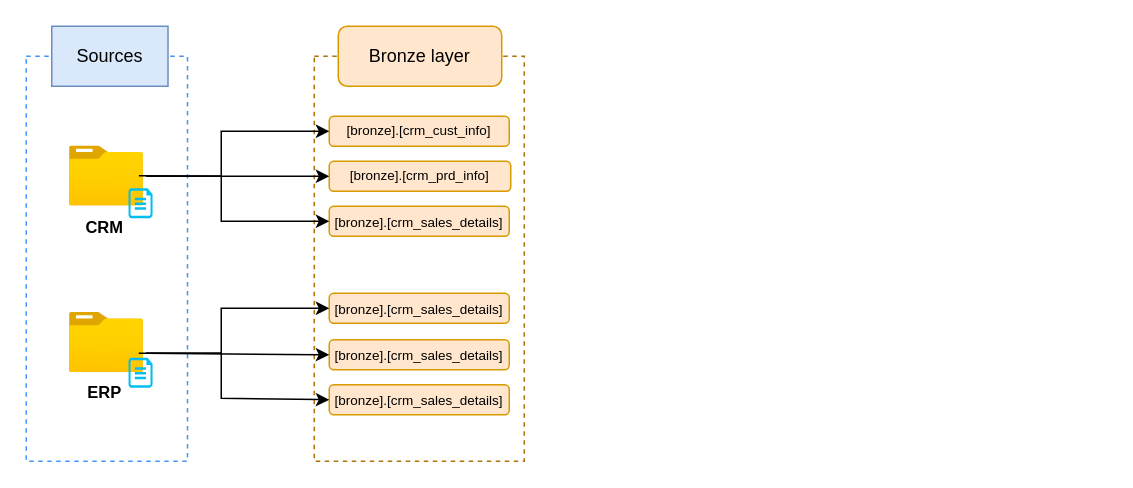
Earlier version of the draw.io diagram docs/data_flow.drawio (EyadElnagdy/sql_datawarehouse_project). Source tidied: cells renumbered, new cells numbered last; positions are measured from the earlier drawing's top-left corner, leaving out a move shared by most shapes. Both pictures are drawn from the tidied source at 150%, with x=0, y=0 at pixel (26, 26).
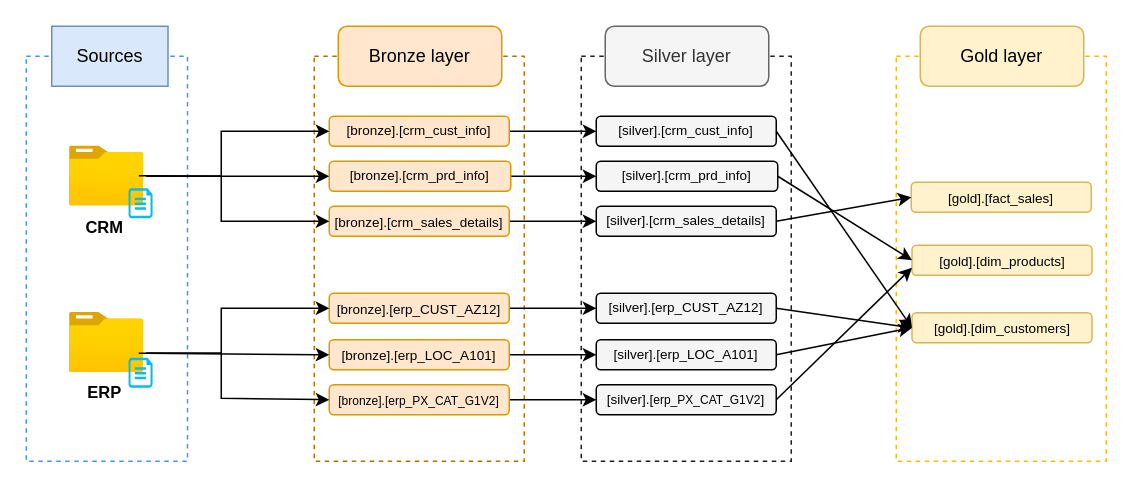
The same page after the edit.

Unchanged cells that the change refers to:
```xml
<mxCell id="10" value="&lt;span&gt;[bronze].[crm_cust_info]&lt;/span&gt;" style="rounded=1;whiteSpace=wrap;html=1;fontSize=9;fillColor=#ffe6cc;strokeColor=#d79b00;" parent="1" vertex="1">
  <mxGeometry x="202" y="60" width="120" height="20" as="geometry" />
</mxCell>
<mxCell id="11" value="&lt;span&gt;[bronze].[crm_prd_info]&lt;/span&gt;" style="rounded=1;whiteSpace=wrap;html=1;fontSize=9;fillColor=#ffe6cc;strokeColor=#d79b00;" parent="1" vertex="1">
  <mxGeometry x="202" y="90" width="121" height="20" as="geometry" />
</mxCell>
<mxCell id="12" value="&lt;font style=&quot;font-size: 9px;&quot;&gt;[bronze].[crm_sales_details]&lt;/font&gt;" style="rounded=1;whiteSpace=wrap;html=1;fillColor=#ffe6cc;strokeColor=#d79b00;" parent="1" vertex="1">
  <mxGeometry x="202" y="120" width="120" height="20" as="geometry" />
</mxCell>
```

Change to the diagram source:
```diff
@@
+    <mxCell id="24" style="edgeStyle=orthogonalEdgeStyle;rounded=0;jettySize=auto;html=1;entryX=0;entryY=0.5;entryDx=0;entryDy=0;" parent="1" edge="1" source="10" target="31">
+      <mxGeometry relative="1" as="geometry" />
+    </mxCell>
@@
+    <mxCell id="25" style="edgeStyle=orthogonalEdgeStyle;rounded=0;jettySize=auto;html=1;entryX=0;entryY=0.5;entryDx=0;entryDy=0;" parent="1" edge="1" source="11" target="32">
+      <mxGeometry relative="1" as="geometry" />
+    </mxCell>
@@
+    <mxCell id="26" style="edgeStyle=orthogonalEdgeStyle;rounded=0;jettySize=auto;html=1;entryX=0;entryY=0.5;entryDx=0;entryDy=0;" parent="1" edge="1" source="12" target="33">
+      <mxGeometry relative="1" as="geometry" />
+    </mxCell>
@@
+    <mxCell id="27" style="edgeStyle=orthogonalEdgeStyle;rounded=0;jettySize=auto;html=1;entryX=0;entryY=0.5;entryDx=0;entryDy=0;" parent="1" edge="1" source="13" target="34">
+      <mxGeometry relative="1" as="geometry" />
+    </mxCell>
-    <mxCell id="13" value="&lt;font style=&quot;font-size: 9px;&quot;&gt;[bronze].[crm_sales_details]&lt;/font&gt;" style="rounded=1;whiteSpace=wrap;html=1;fillColor=#ffe6cc;strokeColor=#d79b00;" parent="1" vertex="1">
+    <mxCell id="13" value="&lt;font style=&quot;font-size: 9px;&quot;&gt;[bronze].[erp_CUST_AZ12]&lt;/font&gt;" style="rounded=1;whiteSpace=wrap;html=1;fillColor=#ffe6cc;strokeColor=#d79b00;" parent="1" vertex="1">
       <mxGeometry x="202" y="178" width="120" height="20" as="geometry" />
     </mxCell>
+    <mxCell id="28" style="edgeStyle=orthogonalEdgeStyle;rounded=0;jettySize=auto;html=1;entryX=0;entryY=0.5;entryDx=0;entryDy=0;" parent="1" edge="1" source="14" target="35">
+      <mxGeometry relative="1" as="geometry" />
+    </mxCell>
-    <mxCell id="14" value="&lt;font style=&quot;font-size: 9px;&quot;&gt;[bronze].[crm_sales_details]&lt;/font&gt;" style="rounded=1;whiteSpace=wrap;html=1;fillColor=#ffe6cc;strokeColor=#d79b00;" parent="1" vertex="1">
+    <mxCell id="14" value="&lt;font style=&quot;font-size: 9px;&quot;&gt;[bronze].[erp_LOC_A101]&lt;/font&gt;" style="rounded=1;whiteSpace=wrap;html=1;fillColor=#ffe6cc;strokeColor=#d79b00;" parent="1" vertex="1">
       <mxGeometry x="202" y="209" width="120" height="20" as="geometry" />
     </mxCell>
@@
+    <mxCell id="29" style="edgeStyle=orthogonalEdgeStyle;rounded=0;jettySize=auto;html=1;entryX=0;entryY=0.5;entryDx=0;entryDy=0;" parent="1" edge="1" source="16" target="36">
+      <mxGeometry relative="1" as="geometry" />
+    </mxCell>
-    <mxCell id="16" value="&lt;font style=&quot;font-size: 9px;&quot;&gt;[bronze].[crm_sales_details]&lt;/font&gt;" style="rounded=1;whiteSpace=wrap;html=1;fillColor=#ffe6cc;strokeColor=#d79b00;" parent="1" vertex="1">
+    <mxCell id="16" value="&lt;font style=&quot;font-size: 8px;&quot;&gt;[bronze].[erp_PX_CAT_G1V2]&lt;/font&gt;" style="rounded=1;whiteSpace=wrap;html=1;fillColor=#ffe6cc;strokeColor=#d79b00;" parent="1" vertex="1">
       <mxGeometry x="202" y="239" width="120" height="20" as="geometry" />
     </mxCell>
@@
+    <mxCell id="30" style="rounded=0;whiteSpace=wrap;html=1;fillColor=none;dashed=1;strokeColor=light-dark(#1f1f1f, #ededed);" parent="1" vertex="1">
+      <mxGeometry x="370" y="20" width="140" height="270" as="geometry" />
+    </mxCell>
+    <mxCell id="31" value="&lt;span&gt;[silver].[crm_cust_info]&lt;/span&gt;" style="rounded=1;whiteSpace=wrap;html=1;fontSize=9;fillColor=light-dark(#f5f5f5, #36210a);strokeColor=default;align=center;verticalAlign=middle;fontFamily=Helvetica;fontColor=default;" parent="1" vertex="1">
+      <mxGeometry x="380" y="60" width="120" height="20" as="geometry" />
+    </mxCell>
+    <mxCell id="32" value="&lt;span&gt;[silver].[crm_prd_info]&lt;/span&gt;" style="rounded=1;whiteSpace=wrap;html=1;fontSize=9;fillColor=light-dark(#f5f5f5, #36210a);strokeColor=default;" parent="1" vertex="1">
+      <mxGeometry x="380" y="90" width="121" height="20" as="geometry" />
+    </mxCell>
+    <mxCell id="33" value="&lt;font style=&quot;font-size: 9px;&quot;&gt;[silver].[crm_sales_details]&lt;/font&gt;" style="rounded=1;whiteSpace=wrap;html=1;fillColor=light-dark(#f5f5f5, #36210a);strokeColor=default;align=center;verticalAlign=middle;fontFamily=Helvetica;fontSize=9;fontColor=default;" parent="1" vertex="1">
+      <mxGeometry x="380" y="120" width="120" height="20" as="geometry" />
+    </mxCell>
+    <mxCell id="34" value="&lt;font style=&quot;font-size: 9px;&quot;&gt;[silver].[erp_CUST_AZ12]&lt;/font&gt;" style="rounded=1;whiteSpace=wrap;html=1;fillColor=light-dark(#f5f5f5, #36210a);strokeColor=default;align=center;verticalAlign=middle;fontFamily=Helvetica;fontSize=9;fontColor=default;" parent="1" vertex="1">
+      <mxGeometry x="380" y="178" width="120" height="20" as="geometry" />
+    </mxCell>
+    <mxCell id="35" value="&lt;font style=&quot;font-size: 9px;&quot;&gt;[silver].[erp_LOC_A101]&lt;/font&gt;" style="rounded=1;whiteSpace=wrap;html=1;fillColor=light-dark(#f5f5f5, #36210a);strokeColor=default;align=center;verticalAlign=middle;fontFamily=Helvetica;fontSize=9;fontColor=default;" parent="1" vertex="1">
+      <mxGeometry x="380" y="209" width="120" height="20" as="geometry" />
+    </mxCell>
+    <mxCell id="36" value="&lt;font style=&quot;font-size: 9px;&quot;&gt;[silver].[&lt;span style=&quot;font-size: 8px;&quot;&gt;erp_PX_CAT_G1V2&lt;/span&gt;]&lt;/font&gt;" style="rounded=1;whiteSpace=wrap;html=1;fillColor=light-dark(#f5f5f5, #36210a);strokeColor=default;align=center;verticalAlign=middle;fontFamily=Helvetica;fontSize=9;fontColor=default;" parent="1" vertex="1">
+      <mxGeometry x="380" y="239" width="120" height="20" as="geometry" />
+    </mxCell>
+    <mxCell id="37" value="Silver layer" style="rounded=1;whiteSpace=wrap;html=1;fillColor=#f5f5f5;strokeColor=#666666;fontColor=#333333;" parent="1" vertex="1">
+      <mxGeometry x="386" width="109" height="40" as="geometry" />
+    </mxCell>
+    <mxCell id="38" style="rounded=0;whiteSpace=wrap;html=1;fillColor=none;dashed=1;strokeColor=light-dark(#fbbb09, #ededed);" parent="1" vertex="1">
+      <mxGeometry x="580" y="20" width="140" height="270" as="geometry" />
+    </mxCell>
+    <mxCell id="39" value="&lt;font style=&quot;font-size: 9px;&quot;&gt;[gold].[fact_sales]&lt;/font&gt;" style="rounded=1;whiteSpace=wrap;html=1;fillColor=#fff2cc;strokeColor=#d6b656;align=center;verticalAlign=middle;fontFamily=Helvetica;fontSize=12;fontColor=default;" parent="1" vertex="1">
+      <mxGeometry x="590" y="104" width="120" height="20" as="geometry" />
+    </mxCell>
+    <mxCell id="40" value="&lt;font style=&quot;font-size: 9px;&quot;&gt;[gold].[dim_products]&lt;/font&gt;" style="rounded=1;whiteSpace=wrap;html=1;fillColor=#fff2cc;strokeColor=#d6b656;align=center;verticalAlign=middle;fontFamily=Helvetica;fontSize=12;fontColor=default;" parent="1" vertex="1">
+      <mxGeometry x="590.5" y="146" width="120" height="20" as="geometry" />
+    </mxCell>
+    <mxCell id="41" value="&lt;font style=&quot;font-size: 9px;&quot;&gt;[gold].[dim_customers]&lt;/font&gt;" style="rounded=1;whiteSpace=wrap;html=1;fillColor=#fff2cc;strokeColor=#d6b656;align=center;verticalAlign=middle;fontFamily=Helvetica;fontSize=12;fontColor=default;" parent="1" vertex="1">
+      <mxGeometry x="590.5" y="191" width="120" height="20" as="geometry" />
+    </mxCell>
+    <mxCell id="42" value="Gold layer" style="rounded=1;whiteSpace=wrap;html=1;fillColor=#fff2cc;strokeColor=#d6b656;" parent="1" vertex="1">
+      <mxGeometry x="596" width="109" height="40" as="geometry" />
+    </mxCell>
+    <mxCell id="43" style="endArrow=classic;html=1;rounded=0;exitX=1;exitY=0.5;exitDx=0;exitDy=0;entryX=0;entryY=0.5;entryDx=0;entryDy=0;" parent="1" edge="1" source="31" target="41">
+      <mxGeometry relative="1" as="geometry" />
+    </mxCell>
+    <mxCell id="44" style="endArrow=classic;html=1;rounded=0;exitX=1;exitY=0.5;exitDx=0;exitDy=0;entryX=0;entryY=0.5;entryDx=0;entryDy=0;" parent="1" edge="1" source="32" target="40">
+      <mxGeometry relative="1" as="geometry" />
+    </mxCell>
+    <mxCell id="45" style="endArrow=classic;html=1;rounded=0;exitX=1;exitY=0.5;exitDx=0;exitDy=0;entryX=0;entryY=0.5;entryDx=0;entryDy=0;" parent="1" edge="1" source="33" target="39">
+      <mxGeometry relative="1" as="geometry" />
+    </mxCell>
+    <mxCell id="46" style="endArrow=classic;html=1;rounded=0;exitX=1;exitY=0.5;exitDx=0;exitDy=0;entryX=0;entryY=0.5;entryDx=0;entryDy=0;" parent="1" edge="1" source="34" target="41">
+      <mxGeometry relative="1" as="geometry" />
+    </mxCell>
+    <mxCell id="47" style="endArrow=classic;html=1;rounded=0;exitX=1;exitY=0.5;exitDx=0;exitDy=0;entryX=0;entryY=0.5;entryDx=0;entryDy=0;shadow=0;" parent="1" edge="1" source="35" target="41">
+      <mxGeometry relative="1" as="geometry" />
+    </mxCell>
+    <mxCell id="48" style="endArrow=classic;html=1;rounded=0;exitX=1;exitY=0.5;exitDx=0;exitDy=0;entryX=0;entryY=0.75;entryDx=0;entryDy=0;" parent="1" edge="1" source="36" target="40">
+      <mxGeometry relative="1" as="geometry" />
+    </mxCell>
```
